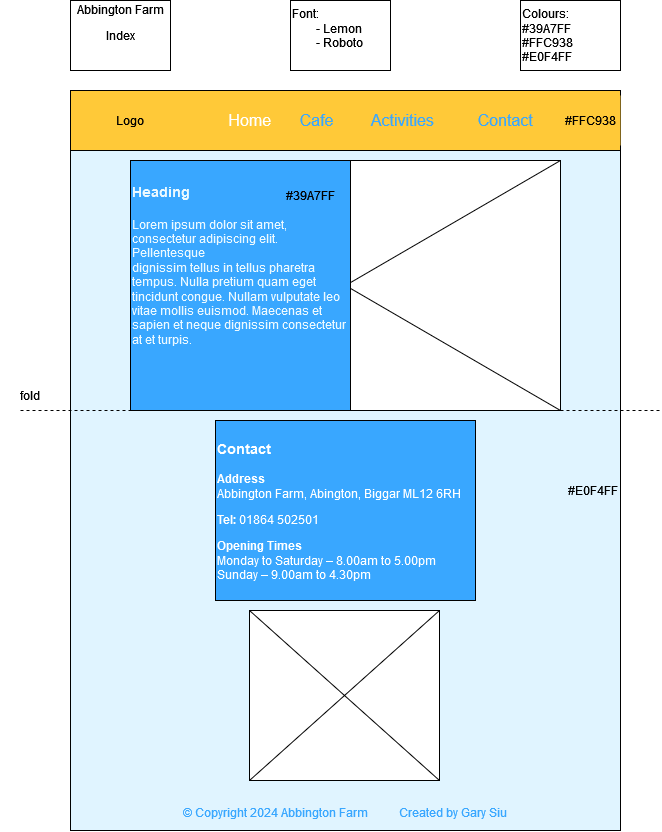
This is GCC Software Development/Web Course/Assignment/Task 1/Index.png from G-Siu/100DaysOfCode, a draw.io export, as it was before one commit. Source tidied: cells renumbered, new cells last; positions are measured from the earlier drawing's top-left corner, leaving out a move shared by most shapes.
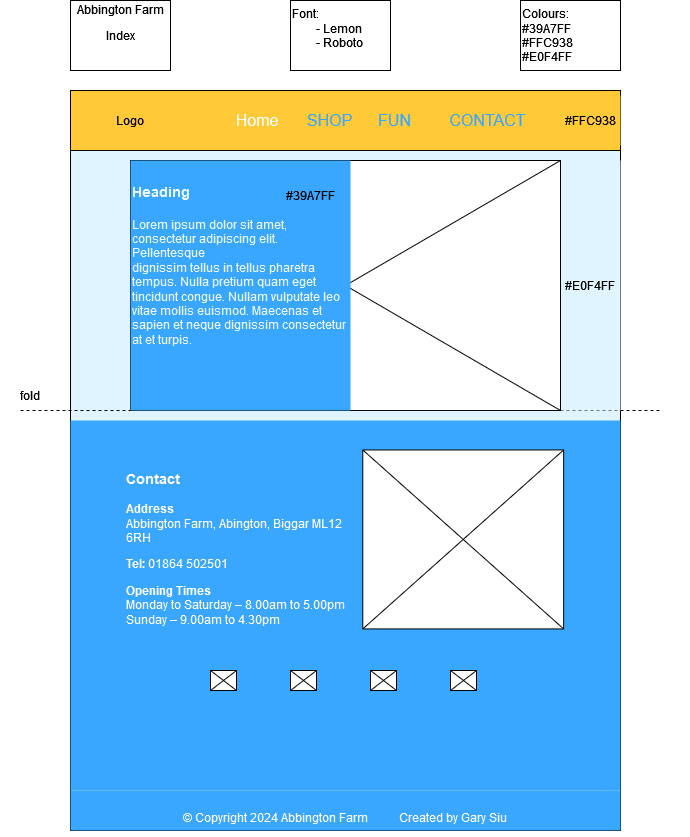
The same diagram one commit later.

The edit, as a diff of the source:
```diff
@@ -20,10 +20,13 @@
     <mxCell id="7" style="rounded=0;whiteSpace=wrap;html=1;" parent="1" vertex="1">
       <mxGeometry x="70" y="90" width="550" height="490" as="geometry" />
     </mxCell>
-    <mxCell id="8" value="#E0F4FF" style="rounded=0;whiteSpace=wrap;html=1;strokeColor=#000000;fillColor=#E0F4FF;align=right;" parent="1" vertex="1">
+    <mxCell id="8" style="rounded=0;whiteSpace=wrap;html=1;strokeColor=#000000;fillColor=#E0F4FF;align=right;" parent="1" vertex="1">
       <mxGeometry x="70" y="150" width="550" height="680" as="geometry" />
     </mxCell>
+    <mxCell id="26" style="rounded=0;whiteSpace=wrap;html=1;fillColor=#39A7FF;strokeColor=none;" parent="1" vertex="1">
+      <mxGeometry x="70" y="420" width="550" height="370" as="geometry" />
+    </mxCell>
-    <mxCell id="9" value="&lt;div align=&quot;left&quot; style=&quot;font-size: 16px;&quot;&gt;&lt;font color=&quot;#39a7ff&quot; style=&quot;font-size: 16px;&quot;&gt;&lt;span style=&quot;white-space: pre;&quot;&gt;&#9;&lt;/span&gt;&lt;span style=&quot;white-space: pre;&quot;&gt;&#9;&lt;/span&gt;&lt;/font&gt;&lt;font color=&quot;#ffffff&quot; style=&quot;font-size: 16px;&quot;&gt;Home&lt;/font&gt;&lt;font color=&quot;#ff9038&quot; style=&quot;font-size: 16px;&quot;&gt; &lt;span style=&quot;white-space: pre;&quot;&gt;&#9;&lt;/span&gt;&lt;/font&gt;&lt;font color=&quot;#39a7ff&quot; style=&quot;font-size: 16px;&quot;&gt;Cafe &lt;span style=&quot;white-space: pre;&quot;&gt;&#9;&lt;/span&gt;Activities &lt;span style=&quot;white-space: pre;&quot;&gt;&#9;&lt;/span&gt;Contact&lt;br style=&quot;font-size: 16px;&quot;&gt;&lt;/font&gt;&lt;/div&gt;" style="rounded=0;whiteSpace=wrap;html=1;fillColor=#FFC938;fontSize=16;fontColor=#416D19;" parent="1" vertex="1">
+    <mxCell id="9" value="&lt;div align=&quot;left&quot; style=&quot;font-size: 16px;&quot;&gt;&lt;font color=&quot;#39a7ff&quot; style=&quot;font-size: 16px;&quot;&gt;&lt;span style=&quot;white-space: pre;&quot;&gt;&#9;&lt;/span&gt;&lt;span style=&quot;white-space: pre;&quot;&gt;&#9;&lt;/span&gt;&lt;/font&gt;&lt;font color=&quot;#ffffff&quot;&gt;Home&lt;/font&gt;&lt;font color=&quot;#ff9038&quot; style=&quot;font-size: 16px;&quot;&gt; &lt;span style=&quot;white-space: pre;&quot;&gt;&#9;&lt;/span&gt;&lt;/font&gt;&lt;font color=&quot;#39a7ff&quot;&gt;SHOP&lt;/font&gt;&lt;font color=&quot;#39a7ff&quot; style=&quot;font-size: 16px;&quot;&gt; &lt;span style=&quot;white-space: pre;&quot;&gt;&#9;FUN&lt;span style=&quot;white-space: pre;&quot;&gt;&#9;&lt;/span&gt;&lt;span style=&quot;white-space: pre;&quot;&gt;CONTACT&lt;/span&gt;&lt;/span&gt;&lt;br style=&quot;font-size: 16px;&quot;&gt;&lt;/font&gt;&lt;/div&gt;" style="rounded=0;whiteSpace=wrap;html=1;fillColor=#FFC938;fontSize=16;fontColor=#416D19;" parent="1" vertex="1">
       <mxGeometry x="70" y="90" width="550" height="60" as="geometry" />
     </mxCell>
     <mxCell id="10" value="Logo" style="rounded=0;whiteSpace=wrap;html=1;strokeColor=none;fillColor=none;" parent="1" vertex="1">
@@ -38,6 +41,9 @@
     <mxCell id="12" value="fold" style="rounded=0;whiteSpace=wrap;html=1;strokeColor=none;fillColor=none;" parent="1" vertex="1">
       <mxGeometry y="380" width="60" height="30" as="geometry" />
     </mxCell>
+    <mxCell id="27" value="#E0F4FF" style="rounded=0;whiteSpace=wrap;html=1;fillColor=#E0F4FF;strokeColor=none;" parent="1" vertex="1">
+      <mxGeometry x="560" y="160" width="60" height="250" as="geometry" />
+    </mxCell>
     <mxCell id="13" style="group;" parent="1" vertex="1">
       <mxGeometry x="130" y="160" width="430" height="250" as="geometry" />
     </mxCell>
@@ -50,20 +56,20 @@
     <mxCell id="16" style="endArrow=none;html=1;rounded=0;entryX=1;entryY=0;entryDx=0;entryDy=0;exitX=0;exitY=1;exitDx=0;exitDy=0;" parent="13" edge="1" source="14" target="14">
       <mxGeometry relative="1" as="geometry" />
     </mxCell>
-    <mxCell id="17" value="&lt;font color=&quot;#ecf9ff&quot; size=&quot;1&quot;&gt;&lt;b style=&quot;font-size: 14px;&quot;&gt;&lt;br&gt;&lt;/b&gt;&lt;/font&gt;&lt;font color=&quot;#ecf9ff&quot; size=&quot;1&quot;&gt;&lt;b style=&quot;font-size: 14px;&quot;&gt;Heading&lt;/b&gt;&lt;/font&gt;&lt;font color=&quot;#ecf9ff&quot; size=&quot;1&quot;&gt;&lt;b style=&quot;font-size: 14px;&quot;&gt;&lt;br&gt;&lt;br&gt;&lt;/b&gt;&lt;/font&gt;&lt;font color=&quot;#ecf9ff&quot;&gt;Lorem ipsum dolor sit amet, consectetur adipiscing elit. Pellentesque &lt;br&gt;dignissim tellus in tellus pharetra tempus. Nulla pretium quam eget &lt;br&gt;tincidunt congue. Nullam vulputate leo vitae mollis euismod. Maecenas et&lt;br&gt; sapien et neque dignissim consectetur at et turpis. &lt;br&gt;&lt;/font&gt;" style="rounded=0;whiteSpace=wrap;html=1;verticalAlign=top;align=left;fillColor=#39A7FF;" parent="1" vertex="1">
+    <mxCell id="17" value="&lt;font color=&quot;#ecf9ff&quot; size=&quot;1&quot;&gt;&lt;b style=&quot;font-size: 14px;&quot;&gt;&lt;br&gt;&lt;/b&gt;&lt;/font&gt;&lt;font color=&quot;#ecf9ff&quot; size=&quot;1&quot;&gt;&lt;b style=&quot;font-size: 14px;&quot;&gt;Heading&lt;/b&gt;&lt;/font&gt;&lt;font color=&quot;#ecf9ff&quot; size=&quot;1&quot;&gt;&lt;b style=&quot;font-size: 14px;&quot;&gt;&lt;br&gt;&lt;br&gt;&lt;/b&gt;&lt;/font&gt;&lt;font color=&quot;#ecf9ff&quot;&gt;Lorem ipsum dolor sit amet, consectetur adipiscing elit. Pellentesque &lt;br&gt;dignissim tellus in tellus pharetra tempus. Nulla pretium quam eget &lt;br&gt;tincidunt congue. Nullam vulputate leo vitae mollis euismod. Maecenas et&lt;br&gt; sapien et neque dignissim consectetur at et turpis. &lt;br&gt;&lt;/font&gt;" style="rounded=0;whiteSpace=wrap;html=1;verticalAlign=top;align=left;fillColor=#39A7FF;strokeColor=none;" parent="1" vertex="1">
       <mxGeometry x="130" y="160" width="220" height="250" as="geometry" />
     </mxCell>
     <mxCell id="18" value="#FFC938" style="rounded=0;whiteSpace=wrap;html=1;fillColor=#FFC938;strokeColor=none;" parent="1" vertex="1">
       <mxGeometry x="560" y="95" width="60" height="50" as="geometry" />
     </mxCell>
-    <mxCell id="19" value="&lt;h3&gt;&lt;font color=&quot;#ffffff&quot;&gt;Contact&lt;/font&gt;&lt;/h3&gt;&lt;p&gt;&lt;font color=&quot;#ffffff&quot;&gt;&lt;strong&gt;Address&lt;br&gt;&lt;/strong&gt;Abbington Farm, Abington, Biggar ML12 6RH&lt;/font&gt;&lt;/p&gt;&lt;p&gt;&lt;font color=&quot;#ffffff&quot;&gt;&lt;strong&gt;Tel:&lt;/strong&gt; 01864 502501&lt;/font&gt;&lt;/p&gt;&lt;p&gt;&lt;font color=&quot;#ffffff&quot;&gt;&lt;strong&gt;Opening Times&lt;br&gt;&lt;/strong&gt;Monday to Saturday – 8.00am to 5.00pm&lt;br&gt;Sunday – 9.00am to 4.30pm&lt;/font&gt;&lt;/p&gt;&lt;br&gt;&lt;div&gt;&lt;br&gt;&lt;/div&gt;" style="rounded=0;whiteSpace=wrap;html=1;verticalAlign=top;align=left;fillColor=#39A7FF;" parent="1" vertex="1">
-      <mxGeometry x="215" y="420" width="260" height="180" as="geometry" />
+    <mxCell id="19" value="&lt;h3&gt;&lt;font color=&quot;#ffffff&quot;&gt;Contact&lt;/font&gt;&lt;/h3&gt;&lt;p&gt;&lt;font color=&quot;#ffffff&quot;&gt;&lt;strong&gt;Address&lt;br&gt;&lt;/strong&gt;Abbington Farm, Abington, Biggar ML12 6RH&lt;/font&gt;&lt;/p&gt;&lt;p&gt;&lt;font color=&quot;#ffffff&quot;&gt;&lt;strong&gt;Tel:&lt;/strong&gt; 01864 502501&lt;/font&gt;&lt;/p&gt;&lt;p&gt;&lt;font color=&quot;#ffffff&quot;&gt;&lt;strong&gt;Opening Times&lt;br&gt;&lt;/strong&gt;Monday to Saturday – 8.00am to 5.00pm&lt;br&gt;Sunday – 9.00am to 4.30pm&lt;/font&gt;&lt;/p&gt;&lt;br&gt;&lt;div&gt;&lt;br&gt;&lt;/div&gt;" style="rounded=0;whiteSpace=wrap;html=1;verticalAlign=top;align=left;fillColor=#39A7FF;strokeColor=none;" parent="1" vertex="1">
+      <mxGeometry x="124" y="450" width="226" height="180" as="geometry" />
     </mxCell>
     <mxCell id="20" style="group;" parent="1" vertex="1">
-      <mxGeometry x="209" y="620" width="350" height="190" as="geometry" />
+      <mxGeometry x="320" y="460" width="370" height="200" as="geometry" />
     </mxCell>
     <mxCell id="21" style="rounded=0;whiteSpace=wrap;html=1;" parent="20" vertex="1">
-      <mxGeometry x="40" y="-10" width="190" height="170" as="geometry" />
+      <mxGeometry x="42.3" y="-10.5" width="200.9" height="178.9" as="geometry" />
     </mxCell>
     <mxCell id="22" style="endArrow=none;html=1;rounded=0;entryX=1;entryY=1;entryDx=0;entryDy=0;exitX=0;exitY=0;exitDx=0;exitDy=0;" parent="20" edge="1" source="21" target="21">
       <mxGeometry relative="1" as="geometry" />
@@ -71,11 +77,59 @@
     <mxCell id="23" style="endArrow=none;html=1;rounded=0;entryX=1;entryY=0;entryDx=0;entryDy=0;exitX=0;exitY=1;exitDx=0;exitDy=0;" parent="20" edge="1" source="21" target="21">
       <mxGeometry relative="1" as="geometry" />
     </mxCell>
-    <mxCell id="24" value="&lt;font color=&quot;#39a7ff&quot;&gt;&lt;br&gt;&lt;/font&gt;&lt;p&gt;&lt;font color=&quot;#39a7ff&quot;&gt;© Copyright 2024 Abbington Farm&lt;span style=&quot;white-space: pre;&quot;&gt;&#9;&lt;/span&gt;&lt;span style=&quot;white-space: pre;&quot;&gt;&#9;&lt;/span&gt;Created by Gary Siu&lt;br&gt;&lt;/font&gt;&lt;/p&gt;" style="rounded=0;whiteSpace=wrap;html=1;verticalAlign=middle;align=center;fillColor=#E0F4FF;strokeColor=none;" parent="1" vertex="1">
-      <mxGeometry x="130" y="790" width="430" height="30" as="geometry" />
+    <mxCell id="24" value="&lt;font&gt;&lt;br&gt;&lt;/font&gt;&lt;p&gt;&lt;font&gt;© Copyright 2024 Abbington Farm&lt;span style=&quot;white-space: pre;&quot;&gt;&#9;&lt;/span&gt;&lt;span style=&quot;white-space: pre;&quot;&gt;&#9;&lt;/span&gt;Created by Gary Siu&lt;br&gt;&lt;/font&gt;&lt;/p&gt;" style="rounded=0;whiteSpace=wrap;html=1;verticalAlign=middle;align=center;fillColor=#39A7FF;strokeColor=none;fontColor=#FFFFFF;" parent="1" vertex="1">
+      <mxGeometry x="70" y="790" width="550" height="40" as="geometry" />
     </mxCell>
     <mxCell id="25" value="#39A7FF" style="rounded=0;whiteSpace=wrap;html=1;fillColor=#39A7FF;strokeColor=none;" parent="1" vertex="1">
       <mxGeometry x="280" y="170" width="60" height="50" as="geometry" />
     </mxCell>
+    <mxCell id="28" style="group;" parent="1" vertex="1">
+      <mxGeometry x="210" y="670" width="26" height="20" as="geometry" />
+    </mxCell>
+    <mxCell id="29" style="rounded=0;whiteSpace=wrap;html=1;" parent="28" vertex="1">
+      <mxGeometry width="26" height="20" as="geometry" />
+    </mxCell>
+    <mxCell id="30" style="endArrow=none;html=1;rounded=0;entryX=1;entryY=1;entryDx=0;entryDy=0;exitX=0;exitY=0;exitDx=0;exitDy=0;" parent="28" edge="1" source="29" target="29">
+      <mxGeometry relative="1" as="geometry" />
+    </mxCell>
+    <mxCell id="31" style="endArrow=none;html=1;rounded=0;entryX=1;entryY=0;entryDx=0;entryDy=0;exitX=0;exitY=1;exitDx=0;exitDy=0;" parent="28" edge="1" source="29" target="29">
+      <mxGeometry relative="1" as="geometry" />
+    </mxCell>
+    <mxCell id="32" style="group;" parent="1" vertex="1">
+      <mxGeometry x="290" y="670" width="26" height="20" as="geometry" />
+    </mxCell>
+    <mxCell id="33" style="rounded=0;whiteSpace=wrap;html=1;" parent="32" vertex="1">
+      <mxGeometry width="26" height="20" as="geometry" />
+    </mxCell>
+    <mxCell id="34" style="endArrow=none;html=1;rounded=0;entryX=1;entryY=1;entryDx=0;entryDy=0;exitX=0;exitY=0;exitDx=0;exitDy=0;" parent="32" edge="1" source="33" target="33">
+      <mxGeometry relative="1" as="geometry" />
+    </mxCell>
+    <mxCell id="35" style="endArrow=none;html=1;rounded=0;entryX=1;entryY=0;entryDx=0;entryDy=0;exitX=0;exitY=1;exitDx=0;exitDy=0;" parent="32" edge="1" source="33" target="33">
+      <mxGeometry relative="1" as="geometry" />
+    </mxCell>
+    <mxCell id="36" style="group;" parent="1" vertex="1">
+      <mxGeometry x="370" y="670" width="26" height="20" as="geometry" />
+    </mxCell>
+    <mxCell id="37" style="rounded=0;whiteSpace=wrap;html=1;" parent="36" vertex="1">
+      <mxGeometry width="26" height="20" as="geometry" />
+    </mxCell>
+    <mxCell id="38" style="endArrow=none;html=1;rounded=0;entryX=1;entryY=1;entryDx=0;entryDy=0;exitX=0;exitY=0;exitDx=0;exitDy=0;" parent="36" edge="1" source="37" target="37">
+      <mxGeometry relative="1" as="geometry" />
+    </mxCell>
+    <mxCell id="39" style="endArrow=none;html=1;rounded=0;entryX=1;entryY=0;entryDx=0;entryDy=0;exitX=0;exitY=1;exitDx=0;exitDy=0;" parent="36" edge="1" source="37" target="37">
+      <mxGeometry relative="1" as="geometry" />
+    </mxCell>
+    <mxCell id="40" style="group;" parent="1" vertex="1">
+      <mxGeometry x="450" y="670" width="26" height="20" as="geometry" />
+    </mxCell>
+    <mxCell id="41" style="rounded=0;whiteSpace=wrap;html=1;" parent="40" vertex="1">
+      <mxGeometry width="26" height="20" as="geometry" />
+    </mxCell>
+    <mxCell id="42" style="endArrow=none;html=1;rounded=0;entryX=1;entryY=1;entryDx=0;entryDy=0;exitX=0;exitY=0;exitDx=0;exitDy=0;" parent="40" edge="1" source="41" target="41">
+      <mxGeometry relative="1" as="geometry" />
+    </mxCell>
+    <mxCell id="43" style="endArrow=none;html=1;rounded=0;entryX=1;entryY=0;entryDx=0;entryDy=0;exitX=0;exitY=1;exitDx=0;exitDy=0;" parent="40" edge="1" source="41" target="41">
+      <mxGeometry relative="1" as="geometry" />
+    </mxCell>
   </root>
 </mxGraphModel>
```
